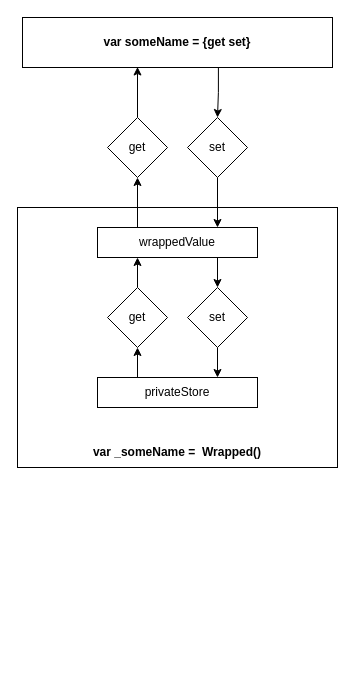
Earlier version of the draw.io diagram WrappedProperty.drawio (jyrnan/Diagram). Source tidied: cells renumbered, new cells numbered last; positions are measured from the earlier drawing's top-left corner, leaving out a move shared by most shapes. Both pictures are drawn from the tidied source at 100%, with x=0, y=0 at pixel (17, 17).
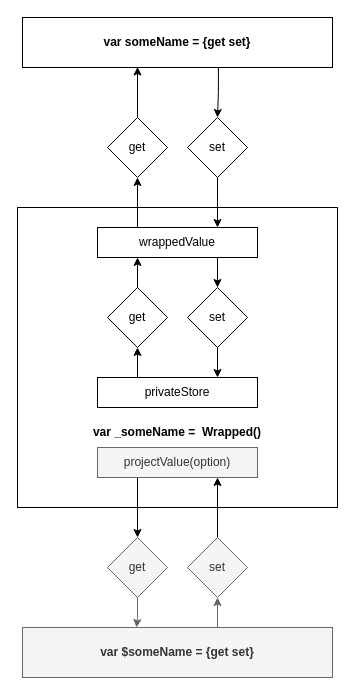
The same diagram, later.

What changed in the source:
```diff
@@
     <mxCell id="2" style="rounded=0;whiteSpace=wrap;html=1;" parent="1" vertex="1">
-      <mxGeometry y="190" width="320" height="260" as="geometry" />
+      <mxGeometry y="190" width="320" height="300" as="geometry" />
     </mxCell>
@@
     <mxCell id="14" value="var _someName = &amp;nbsp;Wrapped()" style="text;html=1;align=center;verticalAlign=middle;whiteSpace=wrap;rounded=0;fontStyle=1;" parent="1" vertex="1">
-      <mxGeometry x="50" y="420" width="220" height="30" as="geometry" />
+      <mxGeometry x="50" y="400" width="220" height="30" as="geometry" />
     </mxCell>
@@
+    <mxCell id="19" style="edgeStyle=orthogonalEdgeStyle;rounded=0;jettySize=auto;html=1;exitX=0.645;exitY=0;exitDx=0;exitDy=0;entryX=0.5;entryY=1;entryDx=0;entryDy=0;exitPerimeter=0;fillColor=#f5f5f5;strokeColor=#666666;" parent="1" edge="1" source="20" target="24">
+      <mxGeometry relative="1" as="geometry" />
+    </mxCell>
+    <mxCell id="20" value="&lt;b&gt;var $someName = {get set}&lt;/b&gt;" style="rounded=0;whiteSpace=wrap;html=1;fillColor=#f5f5f5;fontColor=#333333;strokeColor=#666666;" parent="1" vertex="1">
+      <mxGeometry x="5" y="610" width="310" height="50" as="geometry" />
+    </mxCell>
+    <mxCell id="21" style="edgeStyle=orthogonalEdgeStyle;rounded=0;jettySize=auto;html=1;exitX=0.5;exitY=1;exitDx=0;exitDy=0;entryX=0.368;entryY=0;entryDx=0;entryDy=0;entryPerimeter=0;fillColor=#f5f5f5;strokeColor=#666666;" parent="1" edge="1" source="22" target="20">
+      <mxGeometry relative="1" as="geometry">
+        <Array as="points">
+          <mxPoint x="120" y="600" />
+        </Array>
+      </mxGeometry>
+    </mxCell>
+    <mxCell id="22" value="get" style="rhombus;whiteSpace=wrap;html=1;fillColor=#f5f5f5;fontColor=#333333;strokeColor=#666666;" parent="1" vertex="1">
+      <mxGeometry x="90" y="520" width="60" height="60" as="geometry" />
+    </mxCell>
+    <mxCell id="23" style="edgeStyle=orthogonalEdgeStyle;rounded=0;jettySize=auto;html=1;exitX=0.5;exitY=0;exitDx=0;exitDy=0;entryX=0.75;entryY=1;entryDx=0;entryDy=0;" parent="1" edge="1" source="24" target="26">
+      <mxGeometry relative="1" as="geometry" />
+    </mxCell>
+    <mxCell id="24" value="set" style="rhombus;whiteSpace=wrap;html=1;fillColor=#f5f5f5;fontColor=#333333;strokeColor=#666666;" parent="1" vertex="1">
+      <mxGeometry x="170" y="520" width="60" height="60" as="geometry" />
+    </mxCell>
+    <mxCell id="25" style="edgeStyle=orthogonalEdgeStyle;rounded=0;jettySize=auto;html=1;exitX=0.25;exitY=1;exitDx=0;exitDy=0;entryX=0.5;entryY=0;entryDx=0;entryDy=0;" parent="1" edge="1" source="26" target="22">
+      <mxGeometry relative="1" as="geometry" />
+    </mxCell>
+    <mxCell id="26" value="projectValue(option)" style="rounded=0;whiteSpace=wrap;html=1;fillColor=#f5f5f5;fontColor=#333333;strokeColor=#666666;" parent="1" vertex="1">
+      <mxGeometry x="80" y="430" width="160" height="30" as="geometry" />
+    </mxCell>
```
